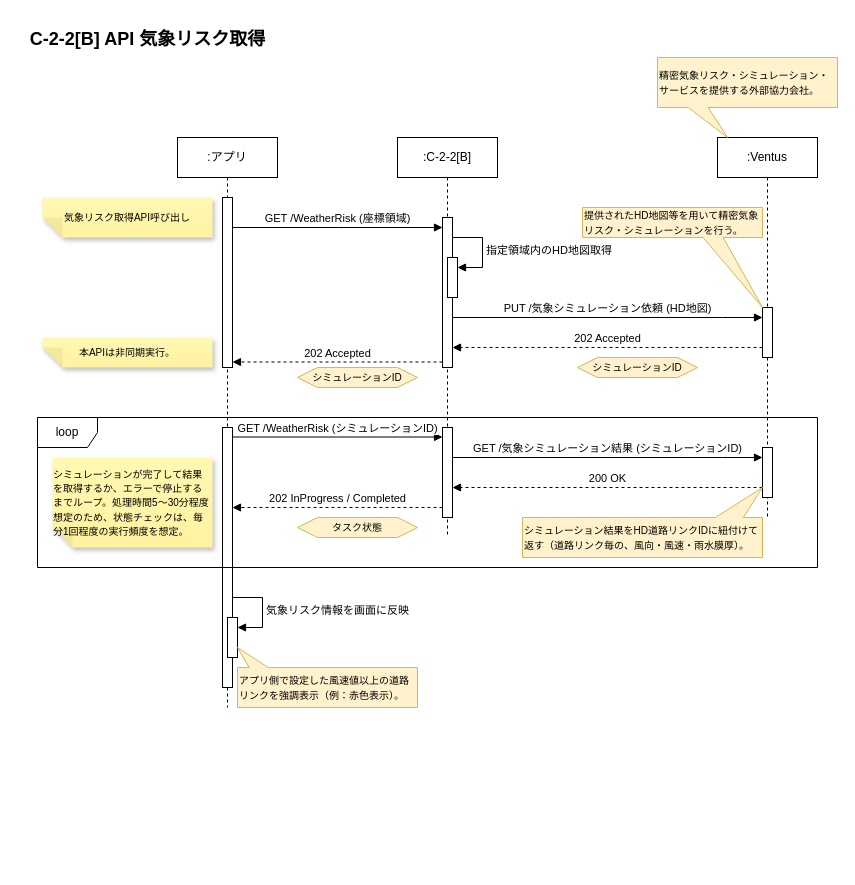
Above: page "[API]気象リスク取得" (5 of 6) of models/c-2-2-api-sequences.drawio in Sportacandy/C-2-2API (draw.io), before the change. Source tidied: cells renumbered, new cells numbered last; positions are measured from the earlier drawing's top-left corner, leaving out a move shared by most shapes. Both pictures are drawn from the tidied source at 100%, with x=0, y=0 at pixel (17, 17).
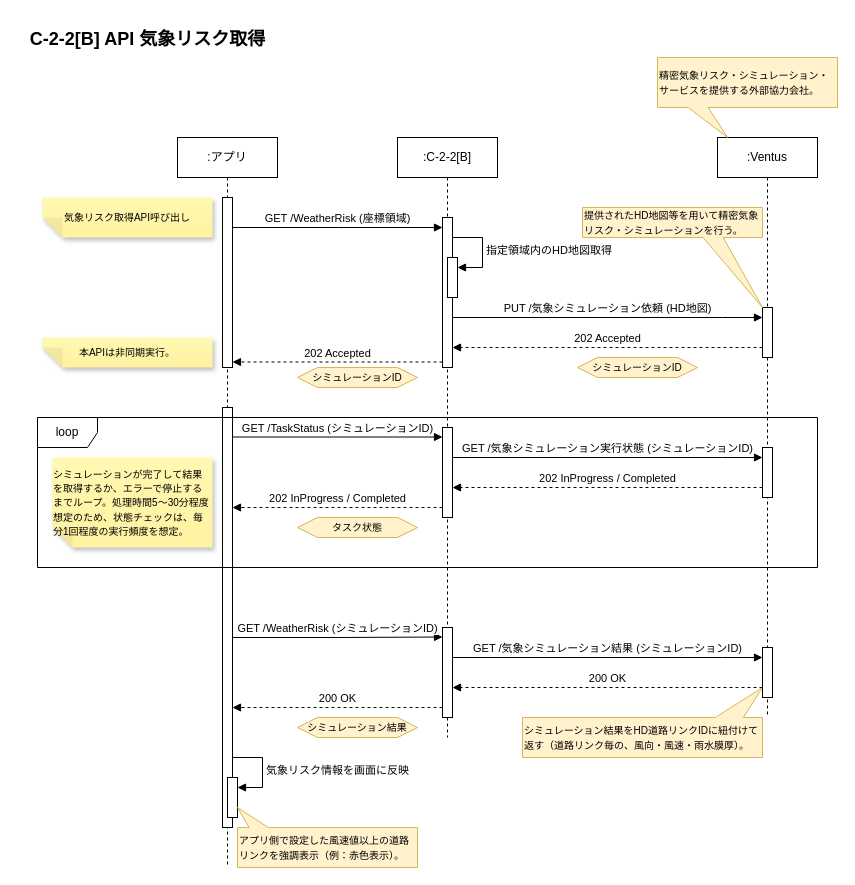
Above is the later version.

Commit message (it also covers changes not shown here):
fix ventus sequence diagram.

Unchanged cells that the change refers to:
```xml
<mxCell id="23" style="html=1;points=[];perimeter=orthogonalPerimeter;outlineConnect=0;targetShapes=umlLifeline;portConstraint=eastwest;newEdgeStyle={&quot;edgeStyle&quot;:&quot;elbowEdgeStyle&quot;,&quot;elbow&quot;:&quot;vertical&quot;,&quot;curved&quot;:0,&quot;rounded&quot;:0};" parent="1" vertex="1">
  <mxGeometry x="745" y="430" width="10" height="50" as="geometry" />
</mxCell>
<mxCell id="27" style="html=1;points=[];perimeter=orthogonalPerimeter;outlineConnect=0;targetShapes=umlLifeline;portConstraint=eastwest;newEdgeStyle={&quot;edgeStyle&quot;:&quot;elbowEdgeStyle&quot;,&quot;elbow&quot;:&quot;vertical&quot;,&quot;curved&quot;:0,&quot;rounded&quot;:0};" parent="1" vertex="1">
  <mxGeometry x="425" y="410" width="10" height="90" as="geometry" />
</mxCell>
```

The edit, as a diff of the source:
```diff
@@
     <mxCell id="4" value=":Ventus" style="shape=umlLifeline;perimeter=lifelinePerimeter;whiteSpace=wrap;html=1;newEdgeStyle={&quot;edgeStyle&quot;:&quot;elbowEdgeStyle&quot;,&quot;elbow&quot;:&quot;vertical&quot;,&quot;curved&quot;:0,&quot;rounded&quot;:0};" parent="1" vertex="1">
-      <mxGeometry x="700" y="120" width="100" height="380" as="geometry" />
+      <mxGeometry x="700" y="120" width="100" height="580" as="geometry" />
     </mxCell>
@@
-    <mxCell id="7" value="200 OK" style="html=1;verticalAlign=bottom;endArrow=block;edgeStyle=elbowEdgeStyle;elbow=vertical;curved=0;rounded=0;dashed=1;" parent="1" edge="1" source="23" target="27">
+    <mxCell id="7" value="202 InProgress / Completed" style="html=1;verticalAlign=bottom;endArrow=block;edgeStyle=elbowEdgeStyle;elbow=vertical;curved=0;rounded=0;dashed=1;" parent="1" edge="1" source="23" target="27">
       <mxGeometry relative="1" as="geometry">
         <Array as="points">
           <mxPoint x="720" y="470" />
         </Array>
       </mxGeometry>
     </mxCell>
@@
     <mxCell id="12" value=":アプリ" style="shape=umlLifeline;perimeter=lifelinePerimeter;whiteSpace=wrap;html=1;newEdgeStyle={&quot;edgeStyle&quot;:&quot;elbowEdgeStyle&quot;,&quot;elbow&quot;:&quot;vertical&quot;,&quot;curved&quot;:0,&quot;rounded&quot;:0};" parent="1" vertex="1">
-      <mxGeometry x="160" y="120" width="100" height="570" as="geometry" />
+      <mxGeometry x="160" y="120" width="100" height="730" as="geometry" />
     </mxCell>
     <mxCell id="13" style="html=1;points=[];perimeter=orthogonalPerimeter;outlineConnect=0;targetShapes=umlLifeline;portConstraint=eastwest;newEdgeStyle={&quot;edgeStyle&quot;:&quot;elbowEdgeStyle&quot;,&quot;elbow&quot;:&quot;vertical&quot;,&quot;curved&quot;:0,&quot;rounded&quot;:0};" parent="12" vertex="1">
-      <mxGeometry x="45" y="290" width="10" height="260" as="geometry" />
+      <mxGeometry x="45" y="270" width="10" height="420" as="geometry" />
     </mxCell>
     <mxCell id="14" style="html=1;points=[[0,0,0,0,5],[0,1,0,0,-5],[1,0,0,0,5],[1,1,0,0,-5]];perimeter=orthogonalPerimeter;outlineConnect=0;targetShapes=umlLifeline;portConstraint=eastwest;newEdgeStyle={&quot;curved&quot;:0,&quot;rounded&quot;:0};" parent="12" vertex="1">
-      <mxGeometry x="50" y="480" width="10" height="40" as="geometry" />
+      <mxGeometry x="50" y="640" width="10" height="40" as="geometry" />
     </mxCell>
     <mxCell id="15" value="気象リスク情報を画面に反映" style="html=1;align=left;spacingLeft=2;endArrow=block;rounded=0;edgeStyle=orthogonalEdgeStyle;curved=0;rounded=0;" parent="12" edge="1" target="14">
       <mxGeometry relative="1" as="geometry">
-        <mxPoint x="55" y="460" as="sourcePoint" />
+        <mxPoint x="55" y="620" as="sourcePoint" />
         <Array as="points">
-          <mxPoint x="85" y="490" />
+          <mxPoint x="85" y="650" />
         </Array>
       </mxGeometry>
     </mxCell>
+    <mxCell id="32" value="&lt;div style=&quot;&quot;&gt;&lt;font style=&quot;font-size: 10px;&quot;&gt;アプリ側で設定した風速値以上の道路リンクを強調表示（例：赤色表示）。&lt;/font&gt;&lt;/div&gt;" style="shape=callout;whiteSpace=wrap;html=1;perimeter=calloutPerimeter;position2=1;fillColor=#fff2cc;strokeColor=#d6b656;align=left;size=20;position=0.83;base=19;direction=west;" parent="12" vertex="1">
+      <mxGeometry x="60" y="670" width="180" height="60" as="geometry" />
+    </mxCell>
     <mxCell id="16" value=":C-2-2[B]" style="shape=umlLifeline;perimeter=lifelinePerimeter;whiteSpace=wrap;html=1;newEdgeStyle={&quot;edgeStyle&quot;:&quot;elbowEdgeStyle&quot;,&quot;elbow&quot;:&quot;vertical&quot;,&quot;curved&quot;:0,&quot;rounded&quot;:0};" parent="1" vertex="1">
-      <mxGeometry x="380" y="120" width="100" height="400" as="geometry" />
+      <mxGeometry x="380" y="120" width="100" height="600" as="geometry" />
     </mxCell>
@@
-    <mxCell id="24" value="GET /気象シミュレーション結果 (シミュレーションID)" style="html=1;verticalAlign=bottom;endArrow=block;edgeStyle=elbowEdgeStyle;elbow=horizontal;curved=0;rounded=0;" parent="1" edge="1" source="27" target="23">
+    <mxCell id="24" value="GET /気象シミュレーション実行状態 (シミュレーションID)" style="html=1;verticalAlign=bottom;endArrow=block;edgeStyle=elbowEdgeStyle;elbow=horizontal;curved=0;rounded=0;" parent="1" edge="1" source="27" target="23">
       <mxGeometry relative="1" as="geometry">
         <Array as="points">
           <mxPoint x="705" y="440" />
         </Array>
       </mxGeometry>
     </mxCell>
@@
-    <mxCell id="28" value="GET /WeatherRisk (シミュレーションID)" style="html=1;verticalAlign=bottom;endArrow=block;edgeStyle=elbowEdgeStyle;elbow=horizontal;curved=0;rounded=0;" parent="1" edge="1" source="13">
+    <mxCell id="28" value="GET /TaskStatus (シミュレーションID)" style="html=1;verticalAlign=bottom;endArrow=block;edgeStyle=elbowEdgeStyle;elbow=horizontal;curved=0;rounded=0;" parent="1" edge="1" source="13">
       <mxGeometry relative="1" as="geometry">
         <mxPoint x="425" y="419.5" as="targetPoint" />
         <Array as="points">
           <mxPoint x="321" y="419.5" />
         </Array>
       </mxGeometry>
     </mxCell>
@@
     <mxCell id="31" value="&lt;div style=&quot;&quot;&gt;&lt;font style=&quot;font-size: 10px;&quot;&gt;シミュレーション結果をHD道路リンクIDに紐付けて返す（道路リンク毎の、風向・風速・雨水膜厚）。&lt;/font&gt;&lt;/div&gt;" style="shape=callout;whiteSpace=wrap;html=1;perimeter=calloutPerimeter;position2=0;fillColor=#fff2cc;strokeColor=#d6b656;align=left;size=30;position=0.08;base=28;direction=west;" parent="1" vertex="1">
-      <mxGeometry x="505" y="470" width="240" height="70" as="geometry" />
+      <mxGeometry x="505" y="670" width="240" height="70" as="geometry" />
     </mxCell>
-    <mxCell id="32" value="&lt;div style=&quot;&quot;&gt;&lt;font style=&quot;font-size: 10px;&quot;&gt;アプリ側で設定した風速値以上の道路リンクを強調表示（例：赤色表示）。&lt;/font&gt;&lt;/div&gt;" style="shape=callout;whiteSpace=wrap;html=1;perimeter=calloutPerimeter;position2=1;fillColor=#fff2cc;strokeColor=#d6b656;align=left;size=20;position=0.83;base=19;direction=west;" parent="1" vertex="1">
-      <mxGeometry x="220" y="630" width="180" height="60" as="geometry" />
-    </mxCell>
@@
+    <mxCell id="35" value="200 OK" style="html=1;verticalAlign=bottom;endArrow=block;edgeStyle=elbowEdgeStyle;elbow=vertical;curved=0;rounded=0;dashed=1;" parent="1" edge="1" source="36" target="39">
+      <mxGeometry relative="1" as="geometry">
+        <Array as="points">
+          <mxPoint x="720" y="670" />
+        </Array>
+      </mxGeometry>
+    </mxCell>
+    <mxCell id="36" style="html=1;points=[];perimeter=orthogonalPerimeter;outlineConnect=0;targetShapes=umlLifeline;portConstraint=eastwest;newEdgeStyle={&quot;edgeStyle&quot;:&quot;elbowEdgeStyle&quot;,&quot;elbow&quot;:&quot;vertical&quot;,&quot;curved&quot;:0,&quot;rounded&quot;:0};" parent="1" vertex="1">
+      <mxGeometry x="745" y="630" width="10" height="50" as="geometry" />
+    </mxCell>
+    <mxCell id="37" value="GET /気象シミュレーション結果 (シミュレーションID)" style="html=1;verticalAlign=bottom;endArrow=block;edgeStyle=elbowEdgeStyle;elbow=horizontal;curved=0;rounded=0;" parent="1" edge="1" source="39" target="36">
+      <mxGeometry relative="1" as="geometry">
+        <Array as="points">
+          <mxPoint x="705" y="640" />
+        </Array>
+      </mxGeometry>
+    </mxCell>
+    <mxCell id="38" value="200 OK" style="html=1;verticalAlign=bottom;endArrow=block;edgeStyle=elbowEdgeStyle;elbow=vertical;curved=0;rounded=0;dashed=1;" parent="1" edge="1">
+      <mxGeometry relative="1" as="geometry">
+        <mxPoint x="425" y="690" as="sourcePoint" />
+        <mxPoint x="215" y="690" as="targetPoint" />
+      </mxGeometry>
+    </mxCell>
+    <mxCell id="39" style="html=1;points=[];perimeter=orthogonalPerimeter;outlineConnect=0;targetShapes=umlLifeline;portConstraint=eastwest;newEdgeStyle={&quot;edgeStyle&quot;:&quot;elbowEdgeStyle&quot;,&quot;elbow&quot;:&quot;vertical&quot;,&quot;curved&quot;:0,&quot;rounded&quot;:0};" parent="1" vertex="1">
+      <mxGeometry x="425" y="610" width="10" height="90" as="geometry" />
+    </mxCell>
+    <mxCell id="40" value="GET /WeatherRisk (シミュレーションID)" style="html=1;verticalAlign=bottom;endArrow=block;edgeStyle=elbowEdgeStyle;elbow=horizontal;curved=0;rounded=0;" parent="1" edge="1">
+      <mxGeometry relative="1" as="geometry">
+        <mxPoint x="215" y="620" as="sourcePoint" />
+        <mxPoint x="425" y="619.5" as="targetPoint" />
+        <Array as="points">
+          <mxPoint x="321" y="619.5" />
+        </Array>
+      </mxGeometry>
+    </mxCell>
+    <mxCell id="41" value="&lt;span style=&quot;font-size: 10px;&quot;&gt;シミュレーション結果&lt;/span&gt;" style="shape=hexagon;perimeter=hexagonPerimeter2;whiteSpace=wrap;html=1;fixedSize=1;fillColor=#fff2cc;strokeColor=#d6b656;" parent="1" vertex="1">
+      <mxGeometry x="280" y="700" width="120" height="20" as="geometry" />
+    </mxCell>
```
